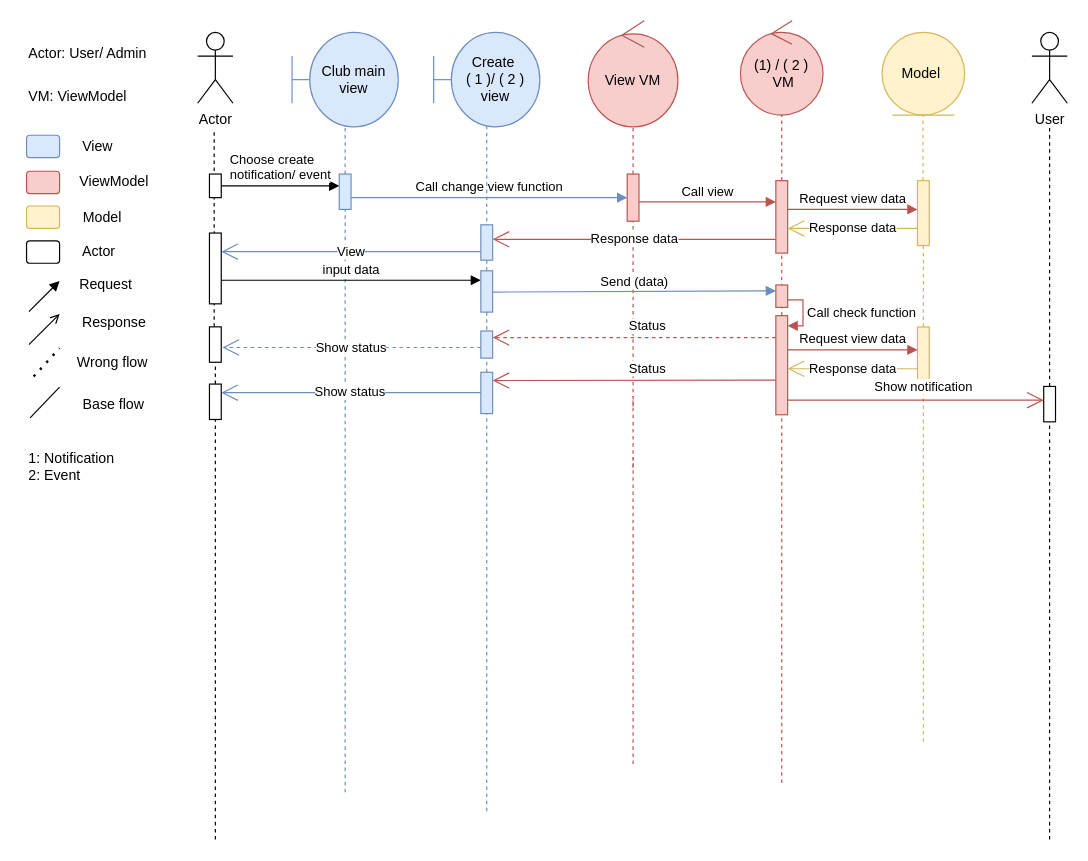
Earlier version of the draw.io diagram page "Write & receive notifications/event" (11 of 20) of Diagram.drawio (DnhTrn/finall_project). Source tidied: cells renumbered, new cells numbered last; positions are measured from the earlier drawing's top-left corner, leaving out a move shared by most shapes. Both pictures are drawn from the tidied source at 118%, with x=0, y=0 at pixel (25, 20).
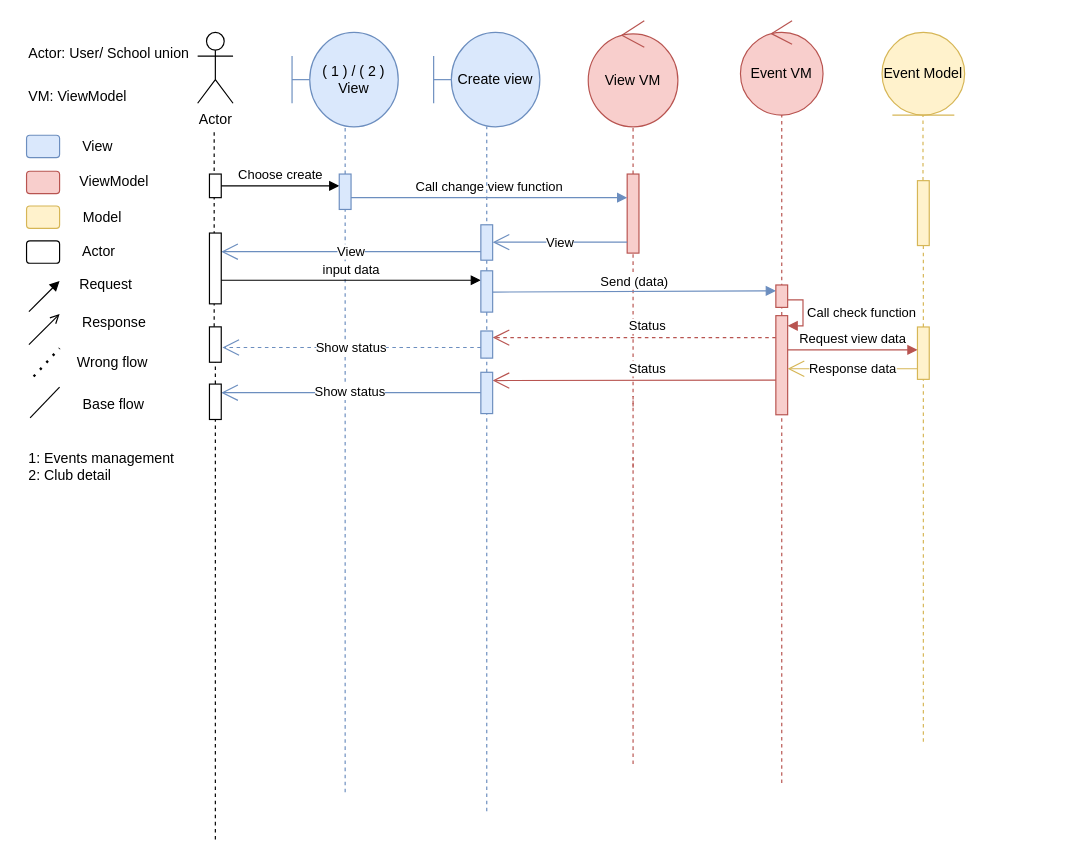
The same diagram, later.

Unchanged cells that the change refers to:
```xml
<mxCell id="70" style="html=1;points=[[0,0,0,0,5],[0,1,0,0,-5],[1,0,0,0,5],[1,1,0,0,-5]];perimeter=orthogonalPerimeter;outlineConnect=0;targetShapes=umlLifeline;portConstraint=eastwest;newEdgeStyle={&quot;curved&quot;:0,&quot;rounded&quot;:0};fillColor=#f8cecc;strokeColor=#b85450;" parent="1" vertex="1">
  <mxGeometry x="636" y="250" width="10" height="84" as="geometry" />
</mxCell>
```

What changed in the source:
```diff
@@
-    <mxCell id="2" value="Club main view" style="shape=umlBoundary;whiteSpace=wrap;html=1;fillColor=#dae8fc;strokeColor=#6c8ebf;" parent="1" vertex="1">
+    <mxCell id="2" value="( 1 ) / ( 2 ) View" style="shape=umlBoundary;whiteSpace=wrap;html=1;fillColor=#dae8fc;strokeColor=#6c8ebf;" parent="1" vertex="1">
       <mxGeometry x="226" y="10" width="90" height="80" as="geometry" />
     </mxCell>
-    <mxCell id="3" value="Model&amp;nbsp;" style="ellipse;shape=umlEntity;whiteSpace=wrap;html=1;fillColor=#fff2cc;strokeColor=#d6b656;" parent="1" vertex="1">
+    <mxCell id="3" value="Event Model" style="ellipse;shape=umlEntity;whiteSpace=wrap;html=1;fillColor=#fff2cc;strokeColor=#d6b656;" parent="1" vertex="1">
       <mxGeometry x="726" y="10" width="70" height="70" as="geometry" />
     </mxCell>
@@
-    <mxCell id="7" value="(1) / ( 2 )&lt;div&gt;&amp;nbsp;VM&lt;/div&gt;" style="ellipse;shape=umlControl;whiteSpace=wrap;html=1;fillColor=#f8cecc;strokeColor=#b85450;" parent="1" vertex="1">
+    <mxCell id="7" value="Event VM" style="ellipse;shape=umlControl;whiteSpace=wrap;html=1;fillColor=#f8cecc;strokeColor=#b85450;" parent="1" vertex="1">
       <mxGeometry x="606" width="70" height="80" as="geometry" />
     </mxCell>
-    <mxCell id="8" style="endArrow=none;dashed=1;html=1;rounded=0;fillColor=#f8cecc;strokeColor=#b85450;" parent="1" edge="1" source="66">
+    <mxCell id="8" style="endArrow=none;dashed=1;html=1;rounded=0;fillColor=#f8cecc;strokeColor=#b85450;" parent="1" edge="1" source="70">
       <mxGeometry relative="1" as="geometry">
         <mxPoint x="641" y="80" as="targetPoint" />
       </mxGeometry>
     </mxCell>
@@
     <mxCell id="13" style="html=1;points=[[0,0,0,0,5],[0,1,0,0,-5],[1,0,0,0,5],[1,1,0,0,-5]];perimeter=orthogonalPerimeter;outlineConnect=0;targetShapes=umlLifeline;portConstraint=eastwest;newEdgeStyle={&quot;curved&quot;:0,&quot;rounded&quot;:0};fillColor=#f8cecc;strokeColor=#b85450;" parent="1" vertex="1">
-      <mxGeometry x="510" y="130" width="10" height="40" as="geometry" />
+      <mxGeometry x="510" y="130" width="10" height="67" as="geometry" />
     </mxCell>
@@
-    <mxCell id="21" value="&lt;div style=&quot;text-align: left;&quot;&gt;Choose create&amp;nbsp;&lt;/div&gt;&lt;div style=&quot;text-align: left;&quot;&gt;notification/ event&lt;/div&gt;" style="html=1;verticalAlign=bottom;endArrow=block;curved=0;rounded=0;" parent="1" edge="1">
+    <mxCell id="21" value="&lt;div style=&quot;text-align: left;&quot;&gt;Choose create&lt;/div&gt;" style="html=1;verticalAlign=bottom;endArrow=block;curved=0;rounded=0;" parent="1" edge="1">
       <mxGeometry relative="1" as="geometry">
         <mxPoint x="166" y="140" as="sourcePoint" />
         <mxPoint x="266" y="140" as="targetPoint" />
       </mxGeometry>
     </mxCell>
@@
-    <mxCell id="26" value="Create&amp;nbsp;&lt;div&gt;( 1 )/ ( 2 ) view&lt;/div&gt;" style="shape=umlBoundary;whiteSpace=wrap;html=1;fillColor=#dae8fc;strokeColor=#6c8ebf;" parent="1" vertex="1">
+    <mxCell id="26" value="Create view" style="shape=umlBoundary;whiteSpace=wrap;html=1;fillColor=#dae8fc;strokeColor=#6c8ebf;" parent="1" vertex="1">
       <mxGeometry x="346" y="10" width="90" height="80" as="geometry" />
     </mxCell>
@@
-    <mxCell id="29" value="Response data" style="endArrow=open;endSize=12;html=1;rounded=0;fillColor=#f8cecc;strokeColor=#b85450;" parent="1" edge="1">
-      <mxGeometry relative="1" as="geometry">
-        <mxPoint x="636" y="185.3" as="sourcePoint" />
-        <mxPoint x="396" y="185.3" as="targetPoint" />
-      </mxGeometry>
-    </mxCell>
@@
-    <mxCell id="35" value="&lt;div style=&quot;text-align: left;&quot;&gt;Request view data&lt;/div&gt;" style="html=1;verticalAlign=bottom;endArrow=block;curved=0;rounded=0;fillColor=#f8cecc;strokeColor=#b85450;" parent="1" edge="1">
-      <mxGeometry relative="1" as="geometry">
-        <mxPoint x="646" y="160" as="sourcePoint" />
-        <mxPoint x="756" y="160" as="targetPoint" />
-      </mxGeometry>
-    </mxCell>
-    <mxCell id="36" value="User" style="shape=umlActor;verticalLabelPosition=bottom;verticalAlign=top;html=1;" parent="1" vertex="1">
-      <mxGeometry x="853" y="10" width="30" height="60" as="geometry" />
-    </mxCell>
-    <mxCell id="37" style="endArrow=none;dashed=1;html=1;rounded=0;" parent="1" edge="1" source="39">
-      <mxGeometry relative="1" as="geometry">
-        <mxPoint x="868" y="90" as="targetPoint" />
-      </mxGeometry>
-    </mxCell>
-    <mxCell id="38" style="endArrow=none;dashed=1;html=1;rounded=0;" parent="1" edge="1" target="39">
-      <mxGeometry relative="1" as="geometry">
-        <mxPoint x="868" y="694" as="sourcePoint" />
-      </mxGeometry>
-    </mxCell>
-    <mxCell id="39" style="html=1;points=[[0,0,0,0,5],[0,1,0,0,-5],[1,0,0,0,5],[1,1,0,0,-5]];perimeter=orthogonalPerimeter;outlineConnect=0;targetShapes=umlLifeline;portConstraint=eastwest;newEdgeStyle={&quot;curved&quot;:0,&quot;rounded&quot;:0};" parent="1" vertex="1">
-      <mxGeometry x="863" y="310" width="10" height="30" as="geometry" />
-    </mxCell>
-    <mxCell id="40" value="Show notification" style="endArrow=open;endSize=12;html=1;rounded=0;exitX=1;exitY=0.853;exitDx=0;exitDy=0;exitPerimeter=0;fillColor=#f8cecc;strokeColor=#b85450;" parent="1" edge="1" source="70" target="39">
-      <mxGeometry x="0.06" y="12" relative="1" as="geometry" />
-    </mxCell>
@@
-    <mxCell id="57" value="&lt;div style=&quot;&quot;&gt;&lt;span style=&quot;background-color: initial;&quot;&gt;Actor: User/ Admin&lt;/span&gt;&lt;/div&gt;" style="text;html=1;align=left;verticalAlign=middle;whiteSpace=wrap;rounded=0;" parent="1" vertex="1">
-      <mxGeometry x="1" y="12.6" width="125" height="30" as="geometry" />
+    <mxCell id="57" value="&lt;div style=&quot;&quot;&gt;&lt;span style=&quot;background-color: initial;&quot;&gt;Actor: User/ School union&lt;/span&gt;&lt;/div&gt;" style="text;html=1;align=left;verticalAlign=middle;whiteSpace=wrap;rounded=0;" parent="1" vertex="1">
+      <mxGeometry x="1" y="12.6" width="147" height="30" as="geometry" />
     </mxCell>
@@
-    <mxCell id="64" value="&lt;div style=&quot;text-align: left;&quot;&gt;Call view&lt;/div&gt;" style="html=1;verticalAlign=bottom;endArrow=block;curved=0;rounded=0;fillColor=#f8cecc;strokeColor=#b85450;" parent="1" edge="1" target="66">
-      <mxGeometry relative="1" as="geometry">
-        <mxPoint x="520" y="153.6" as="sourcePoint" />
-      </mxGeometry>
-    </mxCell>
-    <mxCell id="65" style="endArrow=none;dashed=1;html=1;rounded=0;fillColor=#f8cecc;strokeColor=#b85450;" parent="1" edge="1" source="70" target="66">
-      <mxGeometry relative="1" as="geometry" />
-    </mxCell>
-    <mxCell id="66" style="html=1;points=[[0,0,0,0,5],[0,1,0,0,-5],[1,0,0,0,5],[1,1,0,0,-5]];perimeter=orthogonalPerimeter;outlineConnect=0;targetShapes=umlLifeline;portConstraint=eastwest;newEdgeStyle={&quot;curved&quot;:0,&quot;rounded&quot;:0};fillColor=#f8cecc;strokeColor=#b85450;" parent="1" vertex="1">
-      <mxGeometry x="636" y="135.6" width="10" height="61.4" as="geometry" />
-    </mxCell>
@@
-    <mxCell id="69" value="Response data" style="endArrow=open;endSize=12;html=1;rounded=0;fillColor=#fff2cc;strokeColor=#d6b656;" parent="1" edge="1">
-      <mxGeometry relative="1" as="geometry">
-        <mxPoint x="756" y="176.1" as="sourcePoint" />
-        <mxPoint x="646" y="176.1" as="targetPoint" />
-      </mxGeometry>
-    </mxCell>
@@
-    <mxCell id="80" value="1: Notification&amp;nbsp;&lt;div&gt;2: Event&lt;/div&gt;" style="text;html=1;align=left;verticalAlign=middle;strokeColor=none;fillColor=none;" parent="1" vertex="1">
-      <mxGeometry x="1" y="357" width="94" height="41" as="geometry" />
+    <mxCell id="80" value="1: Events management&lt;div&gt;2: Club detail&lt;/div&gt;" style="text;html=1;align=left;verticalAlign=middle;strokeColor=none;fillColor=none;" parent="1" vertex="1">
+      <mxGeometry x="1" y="357" width="141" height="41" as="geometry" />
     </mxCell>
+    <mxCell id="81" value="View" style="endArrow=open;endSize=12;html=1;rounded=0;fillColor=#dae8fc;strokeColor=#6c8ebf;" parent="1" edge="1" source="13">
+      <mxGeometry relative="1" as="geometry">
+        <mxPoint x="396" y="187.7" as="targetPoint" />
+      </mxGeometry>
+    </mxCell>
```
